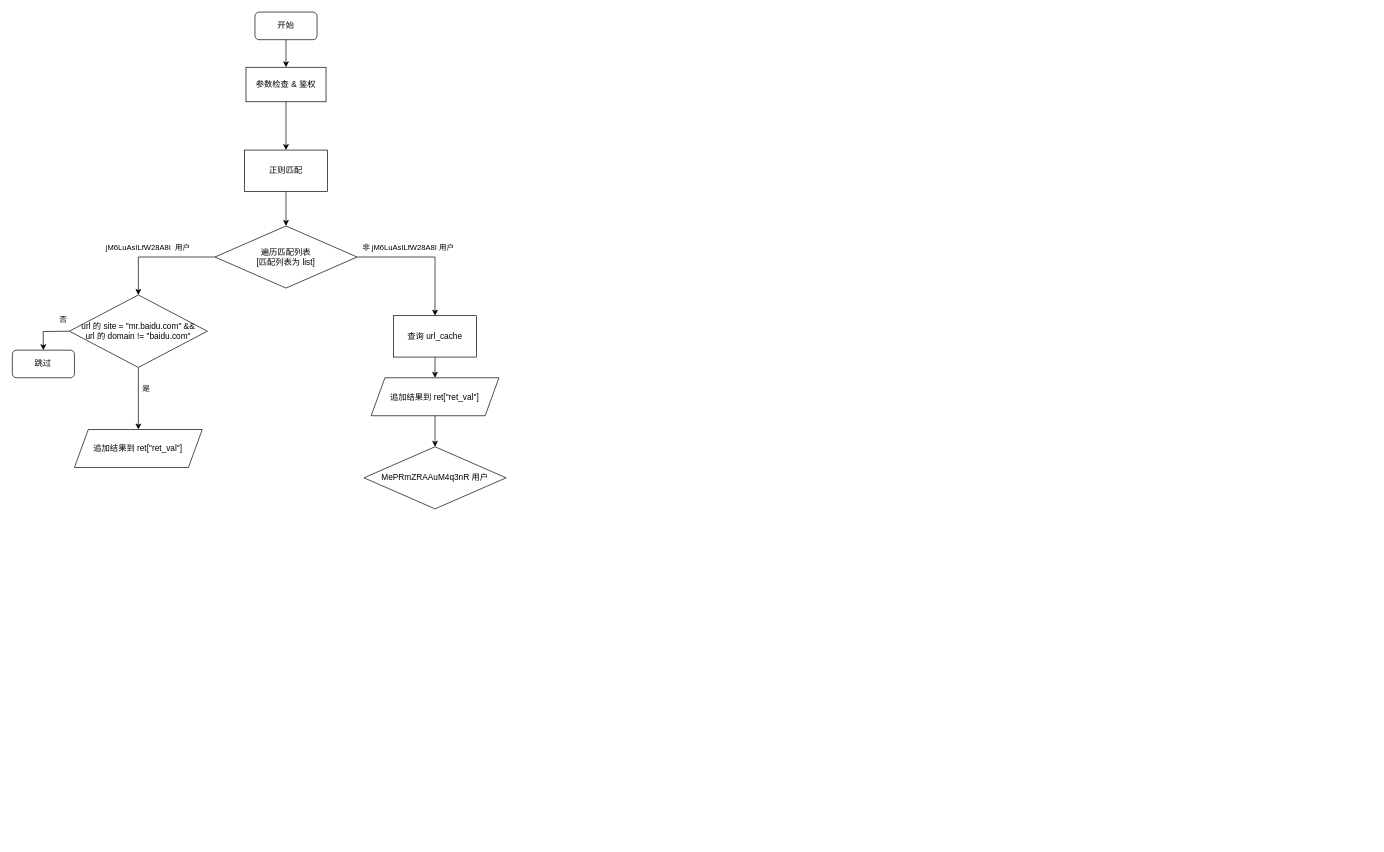
Before: ugc.drawio in qixiaohu/flow-process-diagram, a draw.io diagram. Source tidied: cells renumbered, new cells numbered last; positions are measured from the earlier drawing's top-left corner, leaving out a move shared by most shapes. Both pictures are drawn from the tidied source at 69%, with x=0, y=0 at pixel (12, 12).
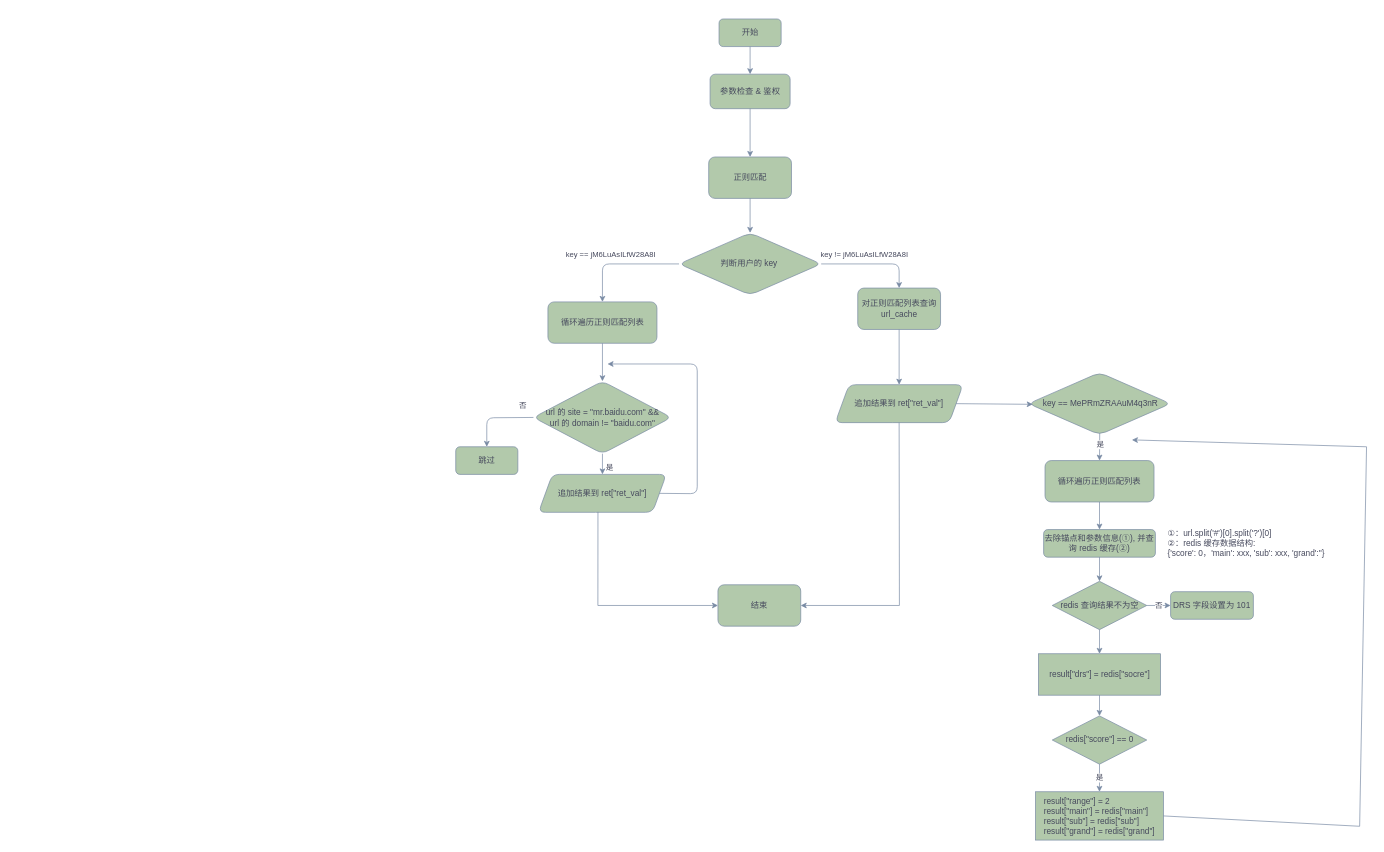
The same diagram, later.

Diff of the diagram source:
```diff
@@
-    <mxCell id="2" value="开始" style="rounded=1;whiteSpace=wrap;html=1;" parent="1" vertex="1">
-      <mxGeometry x="352" width="90" height="40" as="geometry" />
+    <mxCell id="2" value="开始" style="rounded=1;whiteSpace=wrap;html=1;labelBackgroundColor=none;fillColor=#B2C9AB;strokeColor=#788AA3;fontColor=#46495D;" parent="1" vertex="1">
+      <mxGeometry x="1024.6" y="10" width="90" height="40" as="geometry" />
     </mxCell>
-    <mxCell id="3" value="参数检查 &amp;amp; 鉴权" style="rounded=0;whiteSpace=wrap;html=1;" parent="1" vertex="1">
-      <mxGeometry x="339" y="80" width="116" height="50" as="geometry" />
+    <mxCell id="3" value="参数检查 &amp;amp; 鉴权" style="rounded=1;whiteSpace=wrap;html=1;labelBackgroundColor=none;fillColor=#B2C9AB;strokeColor=#788AA3;fontColor=#46495D;" parent="1" vertex="1">
+      <mxGeometry x="1011.6" y="90" width="116" height="50" as="geometry" />
     </mxCell>
-    <mxCell id="4" style="endArrow=classic;html=1;rounded=0;exitX=0.5;exitY=1;exitDx=0;exitDy=0;entryX=0.5;entryY=0;entryDx=0;entryDy=0;" parent="1" edge="1" source="2" target="3">
+    <mxCell id="4" style="endArrow=classic;html=1;rounded=1;exitX=0.5;exitY=1;exitDx=0;exitDy=0;entryX=0.5;entryY=0;entryDx=0;entryDy=0;labelBackgroundColor=none;fontColor=default;strokeColor=#788AA3;" parent="1" edge="1" source="2" target="3">
       <mxGeometry relative="1" as="geometry" />
     </mxCell>
-    <mxCell id="5" value="正则匹配" style="rounded=0;whiteSpace=wrap;html=1;" parent="1" vertex="1">
-      <mxGeometry x="337" y="200" width="120" height="60" as="geometry" />
+    <mxCell id="5" value="正则匹配" style="rounded=1;whiteSpace=wrap;html=1;labelBackgroundColor=none;fillColor=#B2C9AB;strokeColor=#788AA3;fontColor=#46495D;" parent="1" vertex="1">
+      <mxGeometry x="1009.6" y="210" width="120" height="60" as="geometry" />
     </mxCell>
-    <mxCell id="6" style="endArrow=classic;html=1;rounded=0;exitX=0.5;exitY=1;exitDx=0;exitDy=0;entryX=0.5;entryY=0;entryDx=0;entryDy=0;" parent="1" edge="1" source="3" target="5">
+    <mxCell id="6" style="endArrow=classic;html=1;rounded=1;exitX=0.5;exitY=1;exitDx=0;exitDy=0;entryX=0.5;entryY=0;entryDx=0;entryDy=0;labelBackgroundColor=none;fontColor=default;strokeColor=#788AA3;" parent="1" edge="1" source="3" target="5">
       <mxGeometry relative="1" as="geometry" />
     </mxCell>
-    <mxCell id="7" value="遍历匹配列表&lt;br&gt;[匹配列表为 list]" style="rhombus;whiteSpace=wrap;html=1;" parent="1" vertex="1">
-      <mxGeometry x="294" y="310" width="206" height="90" as="geometry" />
+    <mxCell id="7" value="判断用户的 key&amp;nbsp;" style="rhombus;whiteSpace=wrap;html=1;labelBackgroundColor=none;rounded=1;fillColor=#B2C9AB;strokeColor=#788AA3;fontColor=#46495D;" parent="1" vertex="1">
+      <mxGeometry x="966.6" y="320" width="206" height="90" as="geometry" />
     </mxCell>
-    <mxCell id="8" style="endArrow=classic;html=1;rounded=0;exitX=0.5;exitY=1;exitDx=0;exitDy=0;entryX=0.5;entryY=0;entryDx=0;entryDy=0;" parent="1" edge="1" source="5" target="7">
+    <mxCell id="8" style="endArrow=classic;html=1;rounded=1;exitX=0.5;exitY=1;exitDx=0;exitDy=0;entryX=0.5;entryY=0;entryDx=0;entryDy=0;labelBackgroundColor=none;fontColor=default;strokeColor=#788AA3;" parent="1" edge="1" source="5" target="7">
       <mxGeometry relative="1" as="geometry" />
     </mxCell>
-    <mxCell id="9" value="查询 url_cache" style="rounded=0;whiteSpace=wrap;html=1;" parent="1" vertex="1">
-      <mxGeometry x="553" y="440" width="120" height="60" as="geometry" />
+    <mxCell id="9" value="对正则匹配列表查询 url_cache" style="rounded=1;whiteSpace=wrap;html=1;labelBackgroundColor=none;fillColor=#B2C9AB;strokeColor=#788AA3;fontColor=#46495D;" parent="1" vertex="1">
+      <mxGeometry x="1225.6" y="400" width="120" height="60" as="geometry" />
     </mxCell>
-    <mxCell id="10" style="endArrow=classic;html=1;rounded=0;exitX=0;exitY=0.5;exitDx=0;exitDy=0;entryX=0.5;entryY=0;entryDx=0;entryDy=0;" parent="1" edge="1" source="7" target="14">
+    <mxCell id="10" style="endArrow=classic;html=1;rounded=1;exitX=0;exitY=0.5;exitDx=0;exitDy=0;entryX=0.5;entryY=0;entryDx=0;entryDy=0;labelBackgroundColor=none;fontColor=default;strokeColor=#788AA3;" parent="1" edge="1" source="7" target="33">
       <mxGeometry relative="1" as="geometry">
         <Array as="points">
-          <mxPoint x="183" y="355" />
+          <mxPoint x="855.6" y="365" />
         </Array>
       </mxGeometry>
     </mxCell>
-    <mxCell id="11" value="jM6LuAsILfW28A8I&amp;nbsp; 用户" style="edgeLabel;html=1;align=center;verticalAlign=middle;" parent="10" vertex="1">
+    <mxCell id="11" value="key == jM6LuAsILfW28A8I&amp;nbsp;" style="edgeLabel;html=1;align=center;verticalAlign=middle;labelBackgroundColor=none;rounded=1;fontColor=#46495D;" parent="10" vertex="1">
       <mxGeometry x="-0.14" y="-2" relative="1" as="geometry">
         <mxPoint x="-27" y="-13" as="offset" />
       </mxGeometry>
     </mxCell>
-    <mxCell id="12" style="endArrow=classic;html=1;rounded=0;exitX=1;exitY=0.5;exitDx=0;exitDy=0;entryX=0.5;entryY=0;entryDx=0;entryDy=0;" parent="1" edge="1" source="7" target="9">
+    <mxCell id="12" style="endArrow=classic;html=1;rounded=1;exitX=1;exitY=0.5;exitDx=0;exitDy=0;entryX=0.5;entryY=0;entryDx=0;entryDy=0;labelBackgroundColor=none;fontColor=default;strokeColor=#788AA3;" parent="1" edge="1" source="7" target="9">
       <mxGeometry relative="1" as="geometry">
         <Array as="points">
-          <mxPoint x="613" y="355" />
+          <mxPoint x="1285.6" y="365" />
         </Array>
       </mxGeometry>
     </mxCell>
-    <mxCell id="13" value="非&amp;nbsp;jM6LuAsILfW28A8I 用户" style="edgeLabel;html=1;align=center;verticalAlign=middle;" parent="12" vertex="1">
+    <mxCell id="13" value="key != jM6LuAsILfW28A8I" style="edgeLabel;html=1;align=center;verticalAlign=middle;labelBackgroundColor=none;rounded=1;fontColor=#46495D;" parent="12" vertex="1">
       <mxGeometry x="-0.57" y="1" relative="1" as="geometry">
         <mxPoint x="30" y="-14" as="offset" />
       </mxGeometry>
     </mxCell>
-    <mxCell id="14" value="url 的 site = &quot;mr.baidu.com&lt;span style=&quot;background-color: initial;&quot;&gt;&quot; &amp;amp;&amp;amp;&lt;br&gt;&lt;/span&gt;url 的 domain != &quot;baidu.com&lt;span style=&quot;background-color: initial;&quot;&gt;&quot;&lt;/span&gt;" style="rhombus;whiteSpace=wrap;html=1;" parent="1" vertex="1">
-      <mxGeometry x="83" y="410" width="200" height="105" as="geometry" />
+    <mxCell id="14" value="url 的 site = &quot;mr.baidu.com&lt;span style=&quot;background-color: initial;&quot;&gt;&quot; &amp;amp;&amp;amp;&lt;br&gt;&lt;/span&gt;url 的 domain != &quot;baidu.com&lt;span style=&quot;background-color: initial;&quot;&gt;&quot;&lt;/span&gt;" style="rhombus;whiteSpace=wrap;html=1;labelBackgroundColor=none;rounded=1;fillColor=#B2C9AB;strokeColor=#788AA3;fontColor=#46495D;" parent="1" vertex="1">
+      <mxGeometry x="755.6" y="535" width="200" height="105" as="geometry" />
     </mxCell>
-    <mxCell id="15" value="追加结果到 ret[&quot;ret_val&quot;]" style="shape=parallelogram;perimeter=parallelogramPerimeter;whiteSpace=wrap;html=1;fixedSize=1;" parent="1" vertex="1">
-      <mxGeometry x="90.4" y="605" width="185.2" height="55" as="geometry" />
+    <mxCell id="15" value="追加结果到 ret[&quot;ret_val&quot;]" style="shape=parallelogram;perimeter=parallelogramPerimeter;whiteSpace=wrap;html=1;fixedSize=1;labelBackgroundColor=none;rounded=1;fillColor=#B2C9AB;strokeColor=#788AA3;fontColor=#46495D;" parent="1" vertex="1">
+      <mxGeometry x="763" y="670" width="185.2" height="55" as="geometry" />
     </mxCell>
-    <mxCell id="16" style="endArrow=classic;html=1;rounded=0;exitX=0.5;exitY=1;exitDx=0;exitDy=0;entryX=0.5;entryY=0;entryDx=0;entryDy=0;" parent="1" edge="1" source="14" target="15">
+    <mxCell id="16" style="endArrow=classic;html=1;rounded=1;exitX=0.5;exitY=1;exitDx=0;exitDy=0;entryX=0.5;entryY=0;entryDx=0;entryDy=0;labelBackgroundColor=none;fontColor=default;strokeColor=#788AA3;" parent="1" edge="1" source="14" target="15">
       <mxGeometry relative="1" as="geometry" />
     </mxCell>
-    <mxCell id="17" value="是" style="edgeLabel;html=1;align=center;verticalAlign=middle;" parent="16" vertex="1">
+    <mxCell id="17" value="是" style="edgeLabel;html=1;align=center;verticalAlign=middle;labelBackgroundColor=none;rounded=1;fontColor=#46495D;" parent="16" vertex="1">
       <mxGeometry x="-0.62" relative="1" as="geometry">
         <mxPoint x="10" y="13" as="offset" />
       </mxGeometry>
     </mxCell>
-    <mxCell id="18" value="跳过" style="rounded=1;whiteSpace=wrap;html=1;" parent="1" vertex="1">
-      <mxGeometry x="0.4" y="490" width="90" height="40" as="geometry" />
+    <mxCell id="18" value="跳过" style="rounded=1;whiteSpace=wrap;html=1;labelBackgroundColor=none;fillColor=#B2C9AB;strokeColor=#788AA3;fontColor=#46495D;" parent="1" vertex="1">
+      <mxGeometry x="643" y="630" width="90" height="40" as="geometry" />
     </mxCell>
-    <mxCell id="19" style="endArrow=classic;html=1;rounded=0;exitX=0;exitY=0.5;exitDx=0;exitDy=0;entryX=0.5;entryY=0;entryDx=0;entryDy=0;" parent="1" edge="1" source="14" target="18">
+    <mxCell id="19" style="endArrow=classic;html=1;rounded=1;exitX=0;exitY=0.5;exitDx=0;exitDy=0;entryX=0.5;entryY=0;entryDx=0;entryDy=0;labelBackgroundColor=none;fontColor=default;strokeColor=#788AA3;" parent="1" edge="1" source="14" target="18">
       <mxGeometry relative="1" as="geometry">
         <Array as="points">
-          <mxPoint x="45" y="463" />
+          <mxPoint x="688" y="588" />
         </Array>
       </mxGeometry>
     </mxCell>
-    <mxCell id="20" value="否" style="edgeLabel;html=1;align=center;verticalAlign=middle;" parent="19" vertex="1">
+    <mxCell id="20" value="否" style="edgeLabel;html=1;align=center;verticalAlign=middle;labelBackgroundColor=none;rounded=1;fontColor=#46495D;" parent="19" vertex="1">
       <mxGeometry x="-0.71" y="-4" relative="1" as="geometry">
         <mxPoint y="-14" as="offset" />
       </mxGeometry>
     </mxCell>
-    <mxCell id="21" value="追加结果到 ret[&quot;ret_val&quot;]" style="shape=parallelogram;perimeter=parallelogramPerimeter;whiteSpace=wrap;html=1;fixedSize=1;" parent="1" vertex="1">
-      <mxGeometry x="520.4" y="530" width="185.2" height="55" as="geometry" />
+    <mxCell id="21" value="追加结果到 ret[&quot;ret_val&quot;]" style="shape=parallelogram;perimeter=parallelogramPerimeter;whiteSpace=wrap;html=1;fixedSize=1;labelBackgroundColor=none;rounded=1;fillColor=#B2C9AB;strokeColor=#788AA3;fontColor=#46495D;" parent="1" vertex="1">
+      <mxGeometry x="1193" y="540" width="185.2" height="55" as="geometry" />
     </mxCell>
-    <mxCell id="22" style="endArrow=classic;html=1;rounded=0;exitX=0.5;exitY=1;exitDx=0;exitDy=0;" parent="1" edge="1" source="9" target="21">
+    <mxCell id="22" style="endArrow=classic;html=1;rounded=1;exitX=0.5;exitY=1;exitDx=0;exitDy=0;labelBackgroundColor=none;fontColor=default;strokeColor=#788AA3;" parent="1" edge="1" source="9" target="21">
       <mxGeometry relative="1" as="geometry" />
     </mxCell>
-    <mxCell id="23" value="MePRmZRAAuM4q3nR 用户" style="rhombus;whiteSpace=wrap;html=1;" parent="1" vertex="1">
-      <mxGeometry x="510" y="630" width="206" height="90" as="geometry" />
+    <mxCell id="23" value="&amp;nbsp;key == MePRmZRAAuM4q3nR" style="rhombus;whiteSpace=wrap;html=1;labelBackgroundColor=none;rounded=1;fillColor=#B2C9AB;strokeColor=#788AA3;fontColor=#46495D;" parent="1" vertex="1">
+      <mxGeometry x="1473" y="522.5" width="206" height="90" as="geometry" />
     </mxCell>
-    <mxCell id="24" style="endArrow=classic;html=1;rounded=0;exitX=0.5;exitY=1;exitDx=0;exitDy=0;entryX=0.5;entryY=0;entryDx=0;entryDy=0;" parent="1" edge="1" source="21" target="23">
+    <mxCell id="24" style="endArrow=classic;html=1;rounded=1;exitX=1;exitY=0.5;exitDx=0;exitDy=0;entryX=0.03;entryY=0.511;entryDx=0;entryDy=0;labelBackgroundColor=none;fontColor=default;strokeColor=#788AA3;entryPerimeter=0;" parent="1" edge="1" source="21" target="23">
       <mxGeometry relative="1" as="geometry" />
     </mxCell>
+    <mxCell id="25" value="结束" style="rounded=1;whiteSpace=wrap;html=1;labelBackgroundColor=none;fillColor=#B2C9AB;strokeColor=#788AA3;fontColor=#46495D;" parent="1" vertex="1">
+      <mxGeometry x="1023" y="830" width="120" height="60" as="geometry" />
+    </mxCell>
+    <mxCell id="26" style="endArrow=classic;html=1;rounded=1;exitX=1;exitY=0.5;exitDx=0;exitDy=0;labelBackgroundColor=none;fontColor=default;strokeColor=#788AA3;" parent="1" edge="1" source="15">
+      <mxGeometry relative="1" as="geometry">
+        <mxPoint x="863" y="510" as="targetPoint" />
+        <Array as="points">
+          <mxPoint x="993" y="698" />
+          <mxPoint x="993" y="510" />
+        </Array>
+      </mxGeometry>
+    </mxCell>
+    <mxCell id="27" style="endArrow=classic;html=1;rounded=0;strokeColor=#788AA3;fontColor=#46495D;fillColor=#B2C9AB;exitX=0.5;exitY=1;exitDx=0;exitDy=0;entryX=1;entryY=0.5;entryDx=0;entryDy=0;" parent="1" edge="1" source="21" target="25">
+      <mxGeometry relative="1" as="geometry">
+        <Array as="points">
+          <mxPoint x="1286" y="860" />
+        </Array>
+      </mxGeometry>
+    </mxCell>
+    <mxCell id="28" value="去除锚点和参数信息(①), 并查询 redis 缓存(②)" style="rounded=1;whiteSpace=wrap;html=1;labelBackgroundColor=none;fillColor=#B2C9AB;strokeColor=#788AA3;fontColor=#46495D;" parent="1" vertex="1">
+      <mxGeometry x="1495" y="750" width="162" height="40" as="geometry" />
+    </mxCell>
+    <mxCell id="29" style="endArrow=classic;html=1;rounded=0;strokeColor=#788AA3;fontColor=#46495D;fillColor=#B2C9AB;exitX=0.5;exitY=1;exitDx=0;exitDy=0;entryX=0.5;entryY=0;entryDx=0;entryDy=0;" parent="1" edge="1" target="36">
+      <mxGeometry relative="1" as="geometry">
+        <mxPoint x="1576.3" y="610.2" as="sourcePoint" />
+      </mxGeometry>
+    </mxCell>
+    <mxCell id="30" value="是" style="edgeLabel;html=1;align=center;verticalAlign=middle;strokeColor=#788AA3;fontColor=#46495D;fillColor=#B2C9AB;" parent="29" vertex="1">
+      <mxGeometry x="-0.21" relative="1" as="geometry" />
+    </mxCell>
+    <mxCell id="31" value="①：url.split('#')[0].split('?')[0]&lt;br&gt;②：redis 缓存数据结构:&lt;br&gt;&lt;div style=&quot;padding-left: 0px;&quot; class=&quot;mp-paragraph-wrapper&quot;&gt;{'score': 0，'main': xxx, 'sub': xxx, 'grand':''}&lt;/div&gt;" style="text;html=1;align=left;verticalAlign=middle;whiteSpace=wrap;rounded=0;fontColor=#46495D;" parent="1" vertex="1">
+      <mxGeometry x="1673" y="747.5" width="240" height="45" as="geometry" />
+    </mxCell>
+    <mxCell id="32" value="redis 查询结果不为空" style="rhombus;whiteSpace=wrap;html=1;strokeColor=#788AA3;fontColor=#46495D;fillColor=#B2C9AB;" parent="1" vertex="1">
+      <mxGeometry x="1507.5" y="825" width="137" height="70" as="geometry" />
+    </mxCell>
+    <mxCell id="33" value="循环遍历正则匹配列表" style="rounded=1;whiteSpace=wrap;html=1;strokeColor=#788AA3;fontColor=#46495D;fillColor=#B2C9AB;" parent="1" vertex="1">
+      <mxGeometry x="776.6" y="420" width="158" height="60" as="geometry" />
+    </mxCell>
+    <mxCell id="34" style="endArrow=classic;html=1;rounded=0;strokeColor=#788AA3;fontColor=#46495D;fillColor=#B2C9AB;exitX=0.5;exitY=1;exitDx=0;exitDy=0;entryX=0.5;entryY=0;entryDx=0;entryDy=0;" parent="1" edge="1" source="33" target="14">
+      <mxGeometry relative="1" as="geometry" />
+    </mxCell>
+    <mxCell id="35" style="endArrow=classic;html=1;rounded=0;strokeColor=#788AA3;fontColor=#46495D;fillColor=#B2C9AB;exitX=0.465;exitY=0.988;exitDx=0;exitDy=0;exitPerimeter=0;entryX=0;entryY=0.5;entryDx=0;entryDy=0;" parent="1" edge="1" source="15" target="25">
+      <mxGeometry relative="1" as="geometry">
+        <Array as="points">
+          <mxPoint x="849" y="860" />
+        </Array>
+      </mxGeometry>
+    </mxCell>
+    <mxCell id="36" value="循环遍历正则匹配列表" style="rounded=1;whiteSpace=wrap;html=1;strokeColor=#788AA3;fontColor=#46495D;fillColor=#B2C9AB;" parent="1" vertex="1">
+      <mxGeometry x="1497" y="650" width="158" height="60" as="geometry" />
+    </mxCell>
+    <mxCell id="37" style="endArrow=classic;html=1;rounded=0;strokeColor=#788AA3;fontColor=#46495D;fillColor=#B2C9AB;exitX=0.5;exitY=1;exitDx=0;exitDy=0;entryX=0.5;entryY=0;entryDx=0;entryDy=0;" parent="1" edge="1" source="36" target="28">
+      <mxGeometry relative="1" as="geometry" />
+    </mxCell>
+    <mxCell id="38" value="DRS 字段设置为 101" style="rounded=1;whiteSpace=wrap;html=1;labelBackgroundColor=none;fillColor=#B2C9AB;strokeColor=#788AA3;fontColor=#46495D;" parent="1" vertex="1">
+      <mxGeometry x="1679" y="840" width="120" height="40" as="geometry" />
+    </mxCell>
+    <mxCell id="39" value="否" style="endArrow=classic;html=1;rounded=0;strokeColor=#788AA3;fontColor=#46495D;fillColor=#B2C9AB;exitX=1;exitY=0.5;exitDx=0;exitDy=0;entryX=0;entryY=0.5;entryDx=0;entryDy=0;" parent="1" edge="1" source="32" target="38">
+      <mxGeometry relative="1" as="geometry" />
+    </mxCell>
+    <mxCell id="40" style="endArrow=classic;html=1;rounded=0;strokeColor=#788AA3;fontColor=#46495D;fillColor=#B2C9AB;exitX=0.5;exitY=1;exitDx=0;exitDy=0;entryX=0.5;entryY=0;entryDx=0;entryDy=0;" parent="1" edge="1" source="28" target="32">
+      <mxGeometry relative="1" as="geometry" />
+    </mxCell>
+    <mxCell id="41" style="endArrow=classic;html=1;rounded=0;strokeColor=#788AA3;fontColor=#46495D;fillColor=#B2C9AB;exitX=0.5;exitY=1;exitDx=0;exitDy=0;entryX=0.5;entryY=0;entryDx=0;entryDy=0;" parent="1" edge="1" source="32" target="42">
+      <mxGeometry relative="1" as="geometry" />
+    </mxCell>
+    <mxCell id="42" value="result[&quot;drs&quot;] = redis[&quot;socre&quot;]" style="rounded=0;whiteSpace=wrap;html=1;strokeColor=#788AA3;fontColor=#46495D;fillColor=#B2C9AB;" parent="1" vertex="1">
+      <mxGeometry x="1487.5" y="930" width="177" height="60" as="geometry" />
+    </mxCell>
+    <mxCell id="43" value="redis[&quot;score&quot;] == 0" style="rhombus;whiteSpace=wrap;html=1;strokeColor=#788AA3;fontColor=#46495D;fillColor=#B2C9AB;" parent="1" vertex="1">
+      <mxGeometry x="1507.5" y="1020" width="137" height="70" as="geometry" />
+    </mxCell>
+    <mxCell id="44" style="endArrow=classic;html=1;rounded=0;strokeColor=#788AA3;fontColor=#46495D;fillColor=#B2C9AB;exitX=0.5;exitY=1;exitDx=0;exitDy=0;" parent="1" edge="1" source="42" target="43">
+      <mxGeometry relative="1" as="geometry" />
+    </mxCell>
+    <mxCell id="45" value="&lt;div style=&quot;text-align: left;&quot;&gt;&lt;span style=&quot;background-color: initial;&quot;&gt;result[&quot;range&quot;] = 2&lt;/span&gt;&lt;/div&gt;&lt;div style=&quot;text-align: left;&quot;&gt;&lt;span style=&quot;background-color: initial;&quot;&gt;result[&quot;main&quot;] = redis[&quot;main&quot;]&lt;/span&gt;&lt;/div&gt;&lt;div style=&quot;text-align: left;&quot;&gt;&lt;span style=&quot;background-color: initial;&quot;&gt;result[&quot;sub&quot;] = redis[&quot;sub&quot;]&lt;/span&gt;&lt;/div&gt;result[&quot;grand&quot;] = redis[&quot;grand&quot;]" style="rounded=0;whiteSpace=wrap;html=1;strokeColor=#788AA3;fontColor=#46495D;fillColor=#B2C9AB;" parent="1" vertex="1">
+      <mxGeometry x="1483.2" y="1130" width="185.5" height="70" as="geometry" />
+    </mxCell>
+    <mxCell id="46" value="是" style="endArrow=classic;html=1;rounded=0;strokeColor=#788AA3;fontColor=#46495D;fillColor=#B2C9AB;exitX=0.5;exitY=1;exitDx=0;exitDy=0;entryX=0.5;entryY=0;entryDx=0;entryDy=0;" parent="1" edge="1" source="43" target="45">
+      <mxGeometry relative="1" as="geometry" />
+    </mxCell>
+    <mxCell id="47" style="endArrow=classic;html=1;rounded=0;strokeColor=#788AA3;fontColor=#46495D;fillColor=#B2C9AB;exitX=1;exitY=0.5;exitDx=0;exitDy=0;" parent="1" edge="1" source="45">
+      <mxGeometry relative="1" as="geometry">
+        <mxPoint x="1623" y="620" as="targetPoint" />
+        <Array as="points">
+          <mxPoint x="1953" y="1180" />
+          <mxPoint x="1963" y="630" />
+        </Array>
+      </mxGeometry>
+    </mxCell>
```
